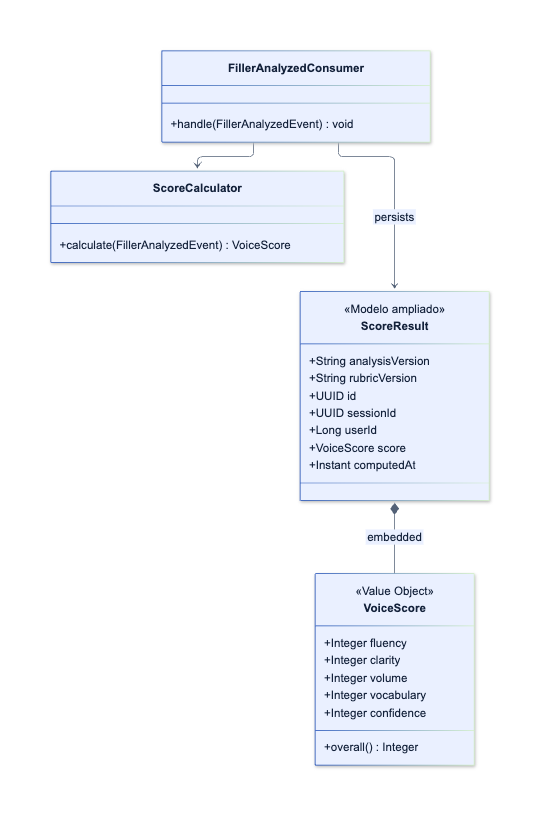
upc-pre-202620-si728-16365-thropic/talki-project-report keeps this Mermaid diagram as assets/diagrams/tactical/03-scoring-feedback-classes.png. Above is the earlier version. Its source is kept beside it as assets/diagrams/tactical/03-scoring-feedback-classes.mmd.
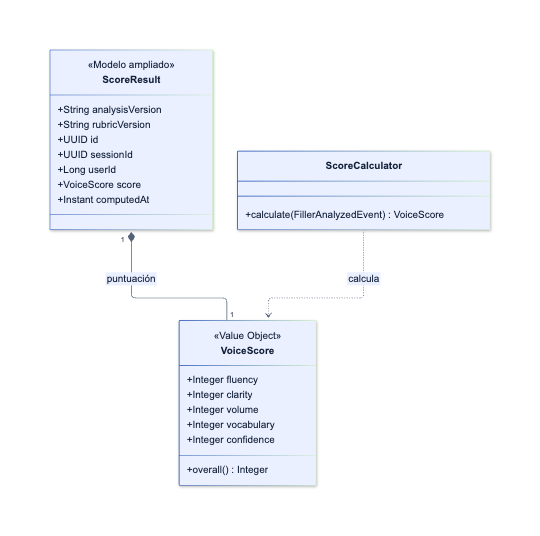
The same diagram one commit later.

What changed in the source:
```diff
@@ -21,9 +21,6 @@
     class ScoreCalculator {
         +calculate(FillerAnalyzedEvent) VoiceScore
     }
-    class FillerAnalyzedConsumer {
-        +handle(FillerAnalyzedEvent) void
-    }
-    ScoreResult *-- VoiceScore : embedded
-    FillerAnalyzedConsumer --> ScoreCalculator
-    FillerAnalyzedConsumer --> ScoreResult : persists
+
+    ScoreResult "1" *-- "1" VoiceScore : puntuación
+    ScoreCalculator ..> VoiceScore : calcula
```
